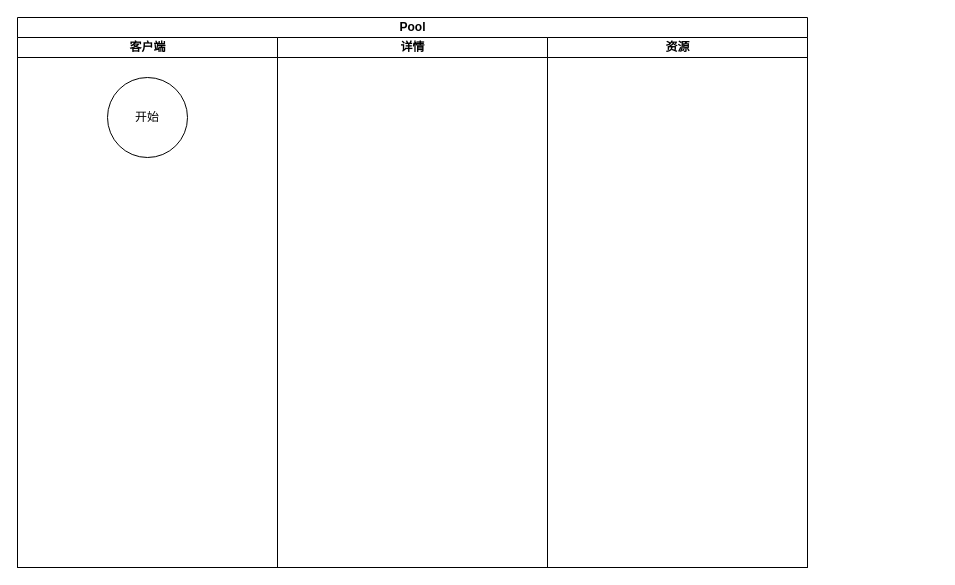
The draw.io diagram 21941448 详情页新增AI简介.drawio in ETHAN0430/draw.io.repo, before the edit. Source tidied: cells renumbered, new cells numbered last; positions are measured from the earlier drawing's top-left corner, leaving out a move shared by most shapes. Both pictures are drawn from the tidied source at 100%, with x=0, y=0 at pixel (17, 17).
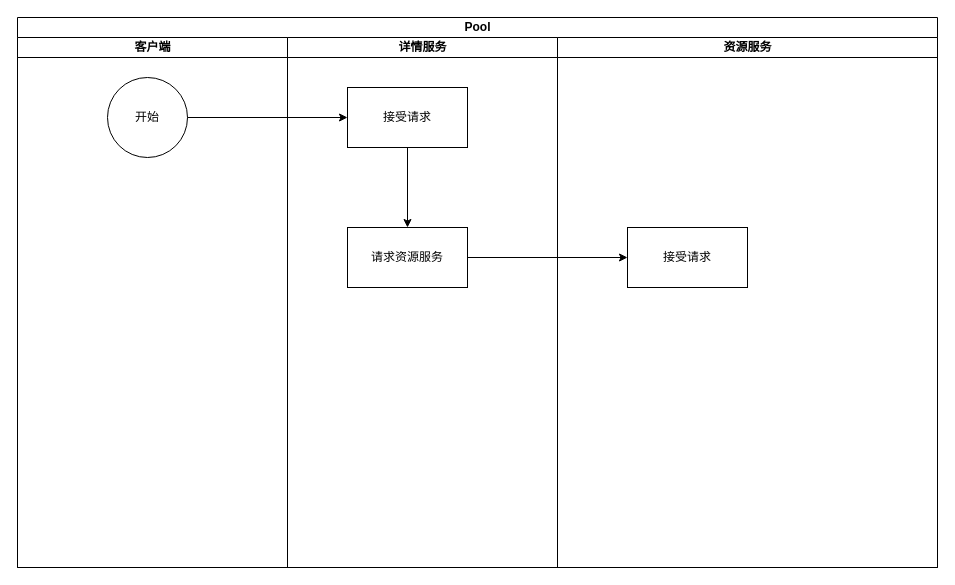
The same page after the edit.

Commit message (it also covers changes not shown here):
更新21941448 详情页新增AI简介.drawio

What changed in the source:
```diff
@@
 <mxGraphModel>
   <root>
     <mxCell id="0" />
     <mxCell id="1" parent="0" />
     <mxCell id="2" value="Pool" style="swimlane;startSize=20;html=1;" parent="1" vertex="1">
-      <mxGeometry width="790" height="550" as="geometry" />
+      <mxGeometry width="920" height="550" as="geometry" />
     </mxCell>
     <mxCell id="3" value="客户端" style="swimlane;startSize=20;html=1;" parent="2" vertex="1">
-      <mxGeometry y="20" width="260" height="530" as="geometry" />
+      <mxGeometry y="20" width="270" height="530" as="geometry" />
     </mxCell>
     <mxCell id="4" value="开始" style="ellipse;whiteSpace=wrap;html=1;" parent="3" vertex="1">
       <mxGeometry x="90" y="40" width="80" height="80" as="geometry" />
     </mxCell>
-    <mxCell id="5" value="详情" style="swimlane;startSize=20;html=1;" parent="2" vertex="1">
-      <mxGeometry x="260" y="20" width="270" height="530" as="geometry" />
+    <mxCell id="5" value="详情服务" style="swimlane;startSize=20;html=1;" parent="2" vertex="1">
+      <mxGeometry x="270" y="20" width="270" height="530" as="geometry" />
     </mxCell>
+    <mxCell id="7" style="edgeStyle=orthogonalEdgeStyle;rounded=0;jettySize=auto;html=1;" parent="5" edge="1" source="8" target="9">
+      <mxGeometry relative="1" as="geometry" />
+    </mxCell>
+    <mxCell id="8" value="接受请求" style="whiteSpace=wrap;html=1;" parent="5" vertex="1">
+      <mxGeometry x="60" y="50" width="120" height="60" as="geometry" />
+    </mxCell>
+    <mxCell id="9" value="请求资源服务" style="whiteSpace=wrap;html=1;" parent="5" vertex="1">
+      <mxGeometry x="60" y="190" width="120" height="60" as="geometry" />
+    </mxCell>
-    <mxCell id="6" value="资源" style="swimlane;startSize=20;html=1;" parent="2" vertex="1">
-      <mxGeometry x="530" y="20" width="260" height="530" as="geometry" />
+    <mxCell id="6" value="资源服务" style="swimlane;startSize=20;html=1;" parent="2" vertex="1">
+      <mxGeometry x="540" y="20" width="380" height="530" as="geometry" />
     </mxCell>
+    <mxCell id="10" value="接受请求" style="whiteSpace=wrap;html=1;" parent="6" vertex="1">
+      <mxGeometry x="70" y="190" width="120" height="60" as="geometry" />
+    </mxCell>
+    <mxCell id="11" style="edgeStyle=orthogonalEdgeStyle;rounded=0;jettySize=auto;html=1;" parent="2" edge="1" source="4" target="8">
+      <mxGeometry relative="1" as="geometry" />
+    </mxCell>
+    <mxCell id="12" style="edgeStyle=orthogonalEdgeStyle;rounded=0;jettySize=auto;html=1;" parent="2" edge="1" source="9" target="10">
+      <mxGeometry relative="1" as="geometry" />
+    </mxCell>
   </root>
 </mxGraphModel>
```
